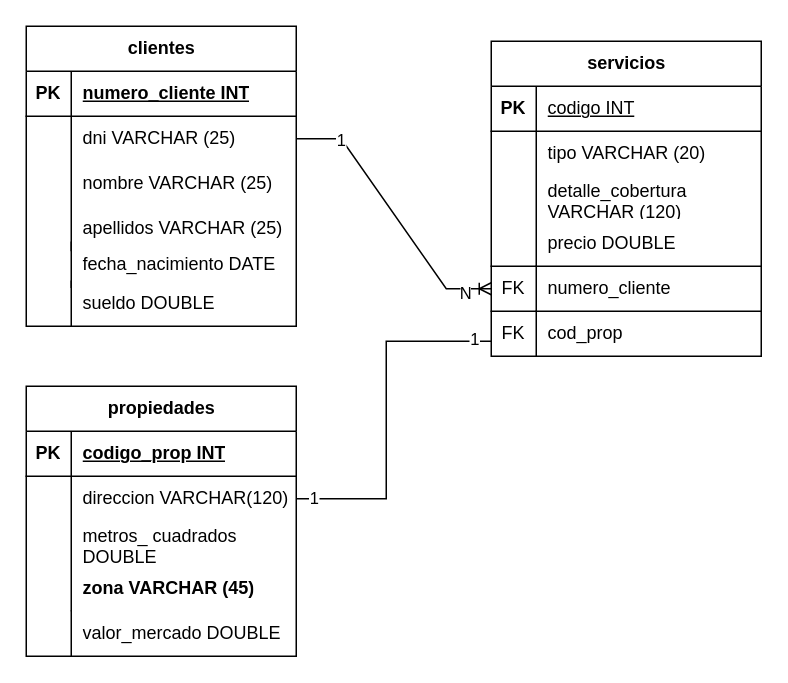
ZHEYTHAN/prueba_diagramas keeps this draw.io diagram as Diagrama sin título.drawio. Above is the earlier version. Source tidied: cells renumbered, new cells numbered last; positions are measured from the earlier drawing's top-left corner, leaving out a move shared by most shapes. Both pictures are drawn from the tidied source at 150%, with x=0, y=0 at pixel (26, 26).
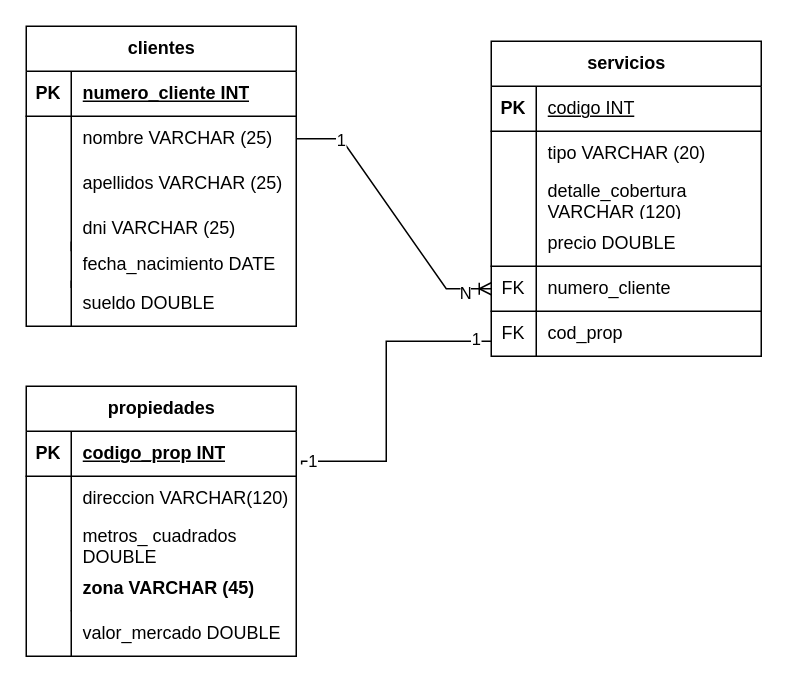
Above is the later version.

The change refers to these unchanged cells:
```xml
<mxCell id="6" style="shape=tableRow;horizontal=0;startSize=0;swimlaneHead=0;swimlaneBody=0;fillColor=none;points=[[0,0.5],[1,0.5]];portConstraint=eastwest;top=0;left=0;right=0;bottom=0;" parent="2" vertex="1">
  <mxGeometry y="60" width="180" height="30" as="geometry" />
</mxCell>
<mxCell id="9" style="shape=tableRow;horizontal=0;startSize=0;swimlaneHead=0;swimlaneBody=0;fillColor=none;top=0;left=0;right=0;bottom=0;" parent="2" vertex="1">
  <mxGeometry y="90" width="180" height="30" as="geometry" />
</mxCell>
<mxCell id="12" style="shape=tableRow;horizontal=0;startSize=0;swimlaneHead=0;swimlaneBody=0;fillColor=none;top=0;left=0;right=0;bottom=0;" parent="2" vertex="1">
  <mxGeometry y="120" width="180" height="30" as="geometry" />
</mxCell>
<mxCell id="16" style="shape=tableRow;horizontal=0;startSize=0;swimlaneHead=0;swimlaneBody=0;fillColor=none;points=[[0,0.5],[1,0.5]];portConstraint=eastwest;top=0;left=0;right=0;bottom=1;" parent="15" vertex="1">
  <mxGeometry y="30" width="180" height="30" as="geometry" />
</mxCell>
<mxCell id="19" style="shape=tableRow;horizontal=0;startSize=0;swimlaneHead=0;swimlaneBody=0;fillColor=none;points=[[0,0.5],[1,0.5]];portConstraint=eastwest;top=0;left=0;right=0;bottom=0;" parent="15" vertex="1">
  <mxGeometry y="60" width="180" height="30" as="geometry" />
</mxCell>
```

Change to the diagram source:
```diff
@@
-    <mxCell id="8" value="dni VARCHAR (25)" style="shape=partialRectangle;fillColor=none;top=0;left=0;bottom=0;right=0;align=left;spacingLeft=6;overflow=hidden;whiteSpace=wrap;html=1;" parent="6" vertex="1">
+    <mxCell id="8" value="nombre VARCHAR (25)" style="shape=partialRectangle;fillColor=none;top=0;left=0;bottom=0;right=0;align=left;spacingLeft=6;overflow=hidden;whiteSpace=wrap;html=1;" parent="6" vertex="1">
       <mxGeometry x="30" width="150" height="30" as="geometry" />
     </mxCell>
@@
-    <mxCell id="11" value="nombre VARCHAR (25)" style="shape=partialRectangle;fillColor=none;top=0;left=0;bottom=0;right=0;align=left;spacingLeft=6;overflow=hidden;whiteSpace=wrap;html=1;" parent="9" vertex="1">
+    <mxCell id="11" value="apellidos VARCHAR (25)" style="shape=partialRectangle;fillColor=none;top=0;left=0;bottom=0;right=0;align=left;spacingLeft=6;overflow=hidden;whiteSpace=wrap;html=1;" parent="9" vertex="1">
       <mxGeometry x="30" width="150" height="30" as="geometry" />
     </mxCell>
@@
-    <mxCell id="14" value="apellidos VARCHAR (25)" style="shape=partialRectangle;fillColor=none;top=0;left=0;bottom=0;right=0;align=left;spacingLeft=6;overflow=hidden;whiteSpace=wrap;html=1;" parent="12" vertex="1">
+    <mxCell id="14" value="dni VARCHAR (25)" style="shape=partialRectangle;fillColor=none;top=0;left=0;bottom=0;right=0;align=left;spacingLeft=6;overflow=hidden;whiteSpace=wrap;html=1;" parent="12" vertex="1">
       <mxGeometry x="30" width="150" height="30" as="geometry" />
     </mxCell>
@@
-    <mxCell id="50" style="edgeStyle=orthogonalEdgeStyle;rounded=0;jettySize=auto;html=1;exitX=1;exitY=0.5;exitDx=0;exitDy=0;endArrow=none;endFill=0;" parent="1" edge="1" source="19">
+    <mxCell id="50" style="edgeStyle=orthogonalEdgeStyle;rounded=0;jettySize=auto;html=1;exitX=1.02;exitY=0.741;exitDx=0;exitDy=0;endArrow=none;endFill=0;exitPerimeter=0;" parent="1" edge="1" source="16">
       <mxGeometry relative="1" as="geometry">
         <mxPoint x="310" y="210" as="targetPoint" />
         <Array as="points">
-          <mxPoint x="240" y="315" />
+          <mxPoint x="184" y="290" />
+          <mxPoint x="240" y="290" />
           <mxPoint x="240" y="210" />
         </Array>
       </mxGeometry>
     </mxCell>
```
